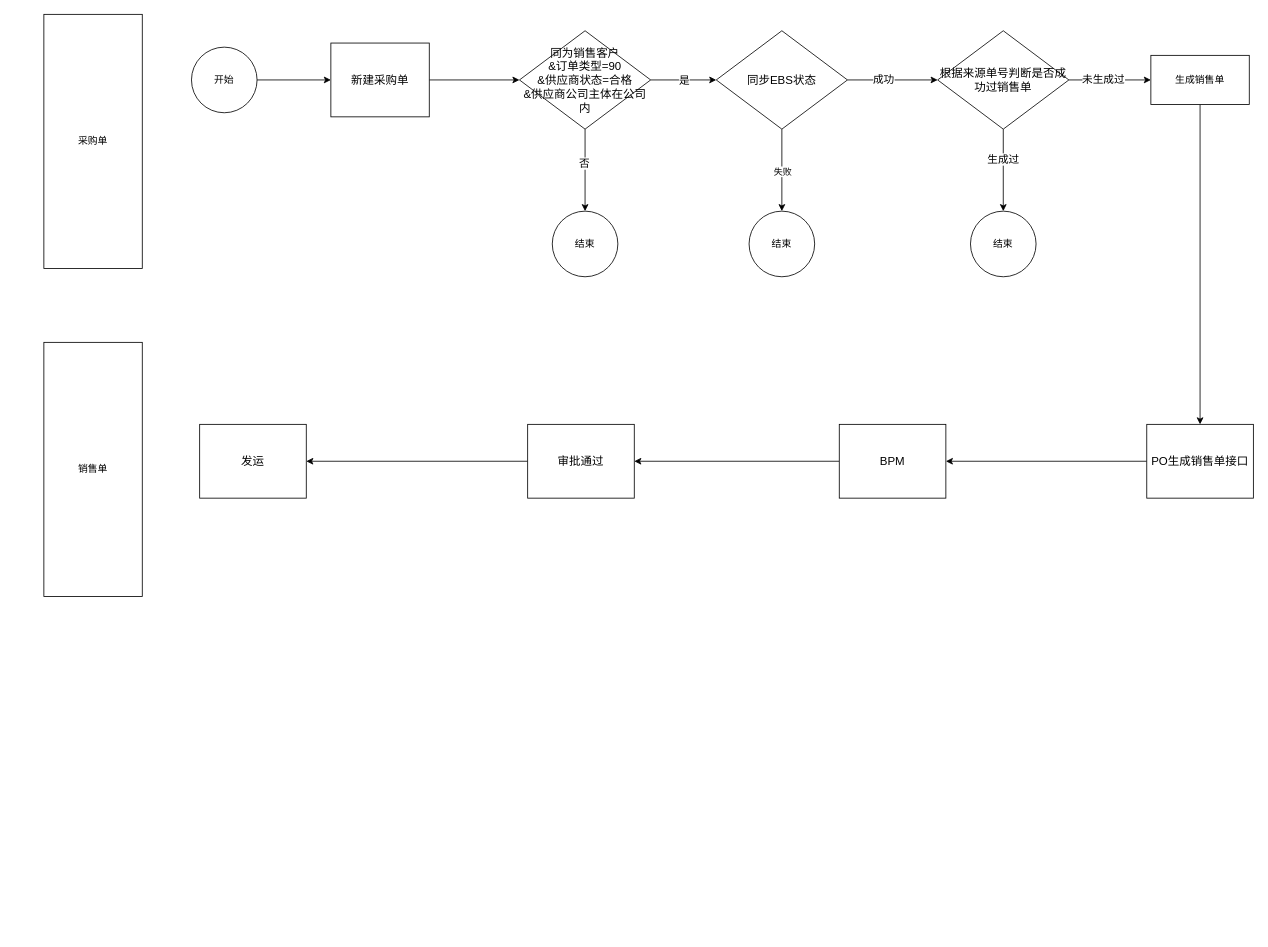
Above: 自动结算.drawio in xiaohuihui7726/drawio (draw.io), before the change. Source tidied: cells renumbered, new cells numbered last; positions are measured from the earlier drawing's top-left corner, leaving out a move shared by most shapes. Both pictures are drawn from the tidied source at 82%, with x=0, y=0 at pixel (43, 14).
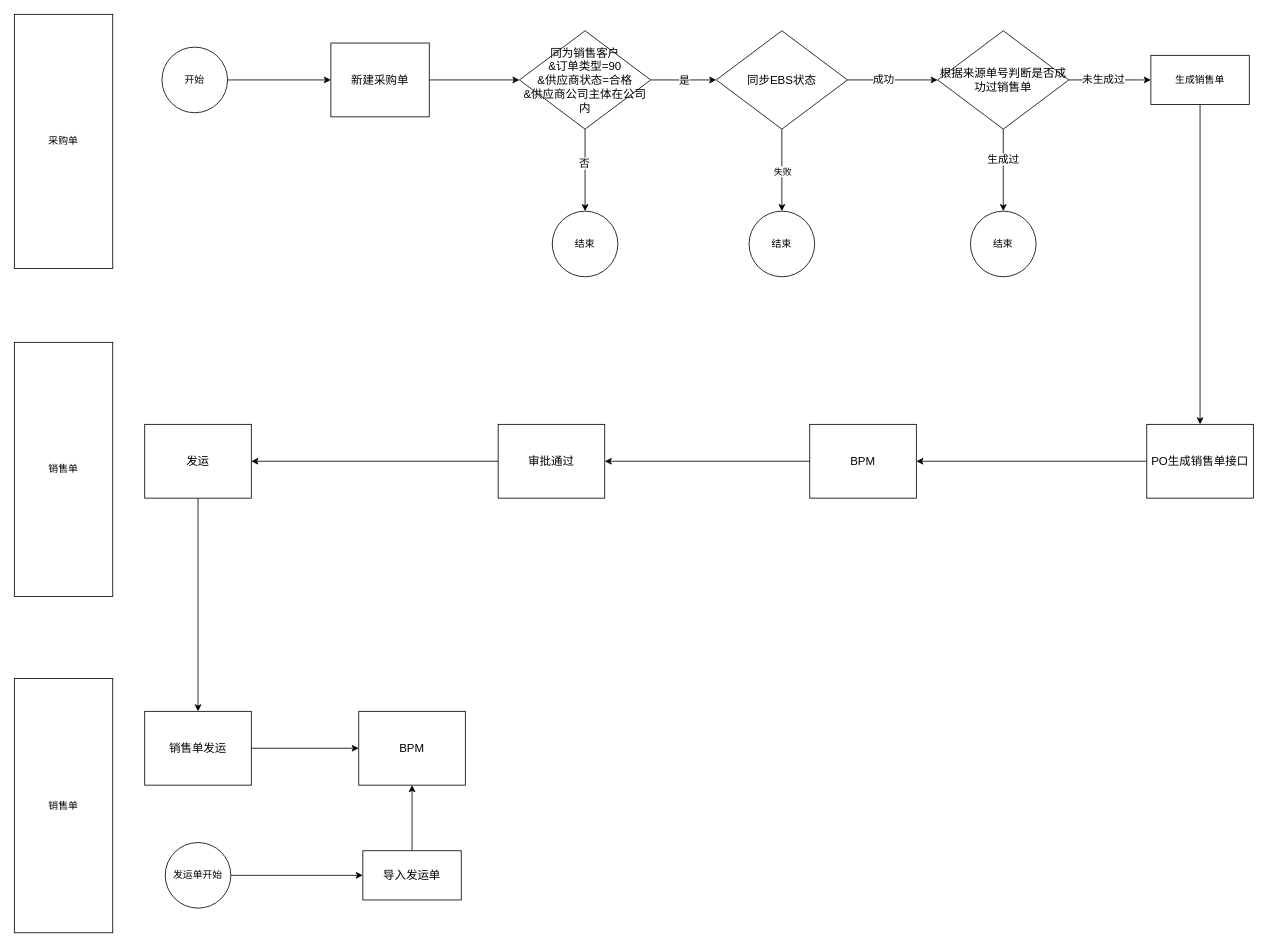
After the change.

Diff of the diagram source:
```diff
@@
     <mxCell id="3" value="开始" style="ellipse;whiteSpace=wrap;html=1;" parent="1" vertex="1">
-      <mxGeometry x="180" y="40" width="80" height="80" as="geometry" />
+      <mxGeometry x="144" y="40" width="80" height="80" as="geometry" />
     </mxCell>
@@
     <mxCell id="18" value="采购单" style="rounded=0;whiteSpace=wrap;html=1;" parent="1" vertex="1">
-      <mxGeometry width="120" height="310" as="geometry" />
+      <mxGeometry x="-36" width="120" height="310" as="geometry" />
     </mxCell>
@@
     <mxCell id="27" value="销售单" style="rounded=0;whiteSpace=wrap;html=1;" parent="1" vertex="1">
-      <mxGeometry y="400" width="120" height="310" as="geometry" />
+      <mxGeometry x="-36" y="400" width="120" height="310" as="geometry" />
     </mxCell>
@@
     <mxCell id="31" value="&lt;span style=&quot;font-size: 14px;&quot;&gt;BPM&lt;/span&gt;" style="whiteSpace=wrap;html=1;" parent="1" vertex="1">
-      <mxGeometry x="970" y="500" width="130" height="90" as="geometry" />
+      <mxGeometry x="934" y="500" width="130" height="90" as="geometry" />
     </mxCell>
@@
     <mxCell id="33" value="&lt;span style=&quot;font-size: 14px;&quot;&gt;审批通过&lt;/span&gt;" style="whiteSpace=wrap;html=1;" parent="1" vertex="1">
-      <mxGeometry x="590" y="500" width="130" height="90" as="geometry" />
+      <mxGeometry x="554" y="500" width="130" height="90" as="geometry" />
     </mxCell>
+    <mxCell id="35" style="edgeStyle=orthogonalEdgeStyle;rounded=0;jettySize=auto;html=1;" parent="1" edge="1" source="34" target="38">
+      <mxGeometry relative="1" as="geometry" />
+    </mxCell>
     <mxCell id="34" value="&lt;span style=&quot;font-size: 14px;&quot;&gt;发运&lt;/span&gt;" style="whiteSpace=wrap;html=1;" parent="1" vertex="1">
-      <mxGeometry x="190" y="500" width="130" height="90" as="geometry" />
+      <mxGeometry x="123" y="500" width="130" height="90" as="geometry" />
     </mxCell>
+    <mxCell id="36" value="销售单" style="rounded=0;whiteSpace=wrap;html=1;" parent="1" vertex="1">
+      <mxGeometry x="-36" y="810" width="120" height="310" as="geometry" />
+    </mxCell>
+    <mxCell id="37" style="edgeStyle=orthogonalEdgeStyle;rounded=0;jettySize=auto;html=1;" parent="1" edge="1" source="38" target="43">
+      <mxGeometry relative="1" as="geometry" />
+    </mxCell>
+    <mxCell id="38" value="&lt;span style=&quot;font-size: 14px;&quot;&gt;销售单发运&lt;/span&gt;" style="whiteSpace=wrap;html=1;" parent="1" vertex="1">
+      <mxGeometry x="123" y="850" width="130" height="90" as="geometry" />
+    </mxCell>
+    <mxCell id="39" style="edgeStyle=orthogonalEdgeStyle;rounded=0;jettySize=auto;html=1;" parent="1" edge="1" source="40" target="42">
+      <mxGeometry relative="1" as="geometry" />
+    </mxCell>
+    <mxCell id="40" value="发运单开始" style="ellipse;whiteSpace=wrap;html=1;" parent="1" vertex="1">
+      <mxGeometry x="148" y="1010" width="80" height="80" as="geometry" />
+    </mxCell>
+    <mxCell id="41" style="edgeStyle=orthogonalEdgeStyle;rounded=0;jettySize=auto;html=1;entryX=0.5;entryY=1;entryDx=0;entryDy=0;" parent="1" edge="1" source="42" target="43">
+      <mxGeometry relative="1" as="geometry" />
+    </mxCell>
+    <mxCell id="42" value="&lt;font style=&quot;font-size: 14px;&quot;&gt;导入发运单&lt;/font&gt;" style="whiteSpace=wrap;html=1;" parent="1" vertex="1">
+      <mxGeometry x="389" y="1020" width="120" height="60" as="geometry" />
+    </mxCell>
+    <mxCell id="43" value="&lt;span style=&quot;font-size: 14px;&quot;&gt;BPM&lt;/span&gt;" style="whiteSpace=wrap;html=1;" parent="1" vertex="1">
+      <mxGeometry x="384" y="850" width="130" height="90" as="geometry" />
+    </mxCell>
```
